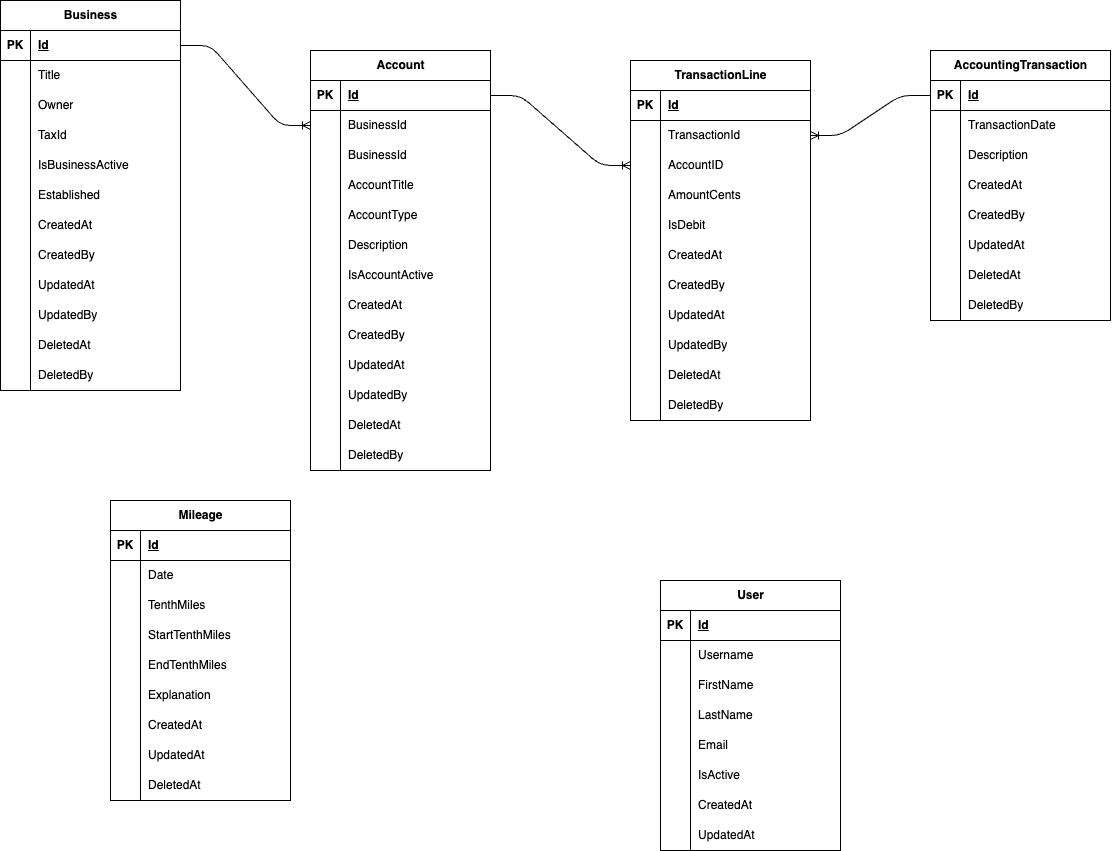
Earlier version of the draw.io export assets/schema.drawio.png (atunison3/accounting). Source tidied: cells renumbered, new cells last; positions are measured from the earlier drawing's top-left corner, leaving out a move shared by most shapes.
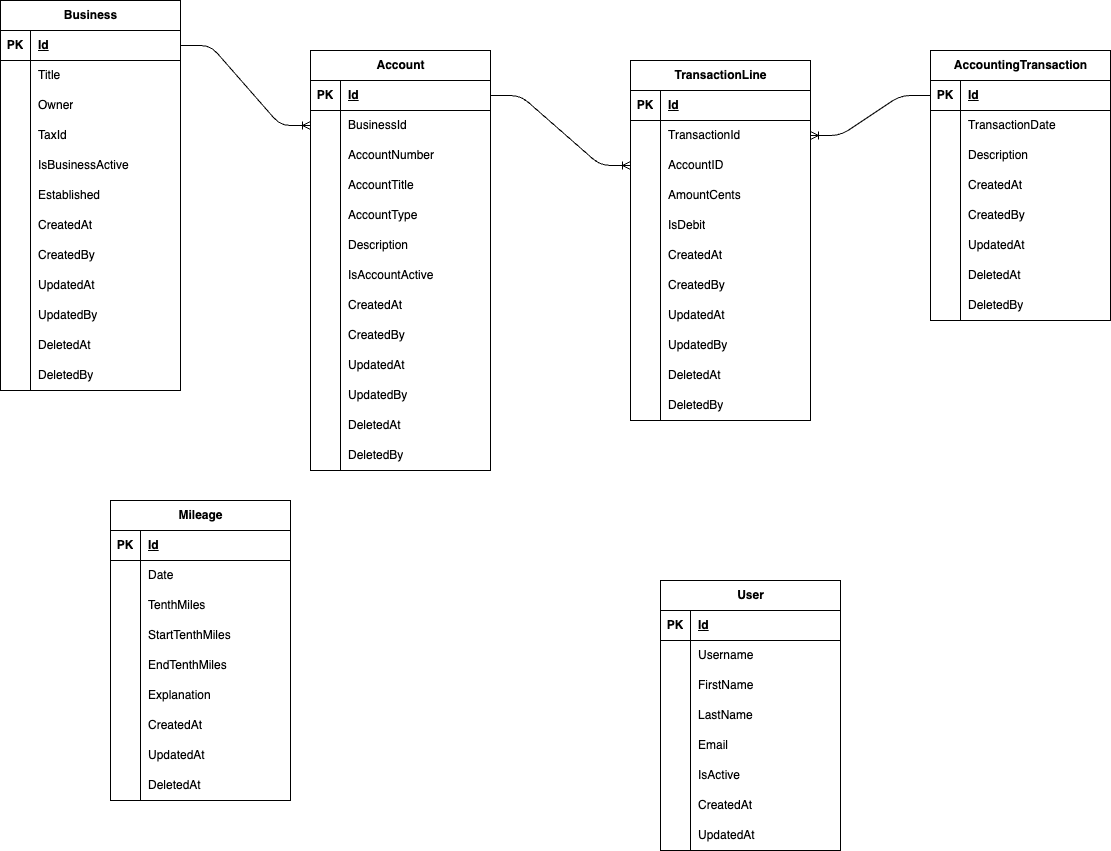
After the change.

What changed in the source:
```diff
@@ -29,7 +29,7 @@
     <mxCell id="10" style="shape=partialRectangle;fillColor=none;top=0;left=0;bottom=0;right=0;overflow=hidden;whiteSpace=wrap;html=1;" parent="9" vertex="1">
       <mxGeometry width="30" height="30" as="geometry" />
     </mxCell>
-    <mxCell id="11" value="BusinessId" style="shape=partialRectangle;fillColor=none;top=0;left=0;bottom=0;right=0;align=left;spacingLeft=6;overflow=hidden;whiteSpace=wrap;html=1;" parent="9" vertex="1">
+    <mxCell id="11" value="AccountNumber" style="shape=partialRectangle;fillColor=none;top=0;left=0;bottom=0;right=0;align=left;spacingLeft=6;overflow=hidden;whiteSpace=wrap;html=1;" parent="9" vertex="1">
       <mxGeometry x="30" width="150" height="30" as="geometry" />
     </mxCell>
     <mxCell id="12" style="shape=tableRow;horizontal=0;startSize=0;swimlaneHead=0;swimlaneBody=0;fillColor=none;top=0;left=0;right=0;bottom=0;" parent="2" vertex="1">
```
